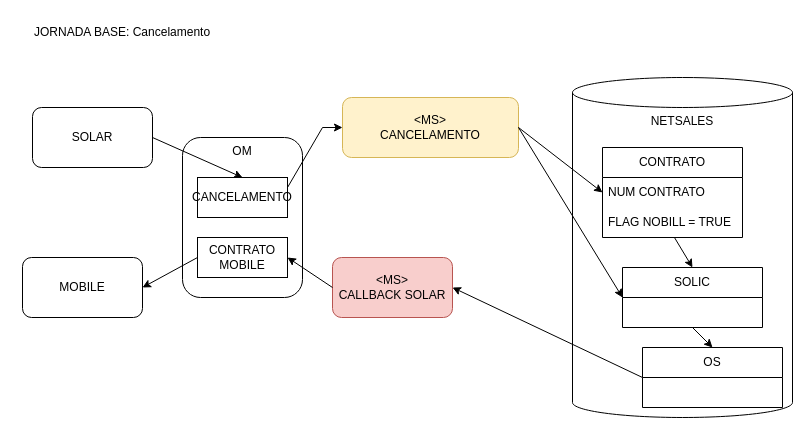
Earlier version of the draw.io diagram page "CANCELAMENTO" (3 of 7) of Billing Divergente Marcelo.drawio (samirali/ClaroBrasil). Source tidied: cells renumbered, new cells numbered last; positions are measured from the earlier drawing's top-left corner, leaving out a move shared by most shapes. Both pictures are drawn from the tidied source at 100%, with x=0, y=0 at pixel (22, 17).
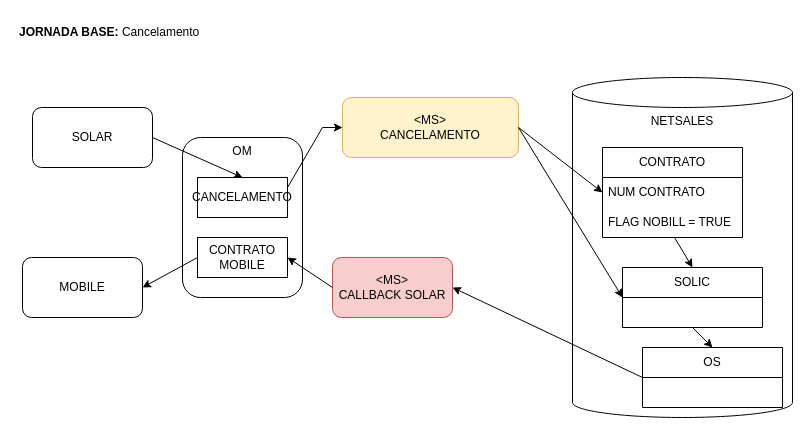
The same page after the edit.

Change to the diagram source:
```diff
@@
-    <mxCell id="3" value="JORNADA BASE: Cancelamento" style="text;html=1;align=left;verticalAlign=middle;whiteSpace=wrap;rounded=0;" parent="1" vertex="1">
-      <mxGeometry x="10" width="270" height="30" as="geometry" />
+    <mxCell id="3" value="&lt;b&gt;JORNADA BASE: &lt;/b&gt;Cancelamento" style="text;html=1;align=left;verticalAlign=middle;whiteSpace=wrap;rounded=0;" parent="1" vertex="1">
+      <mxGeometry x="-5" width="270" height="30" as="geometry" />
     </mxCell>
```
